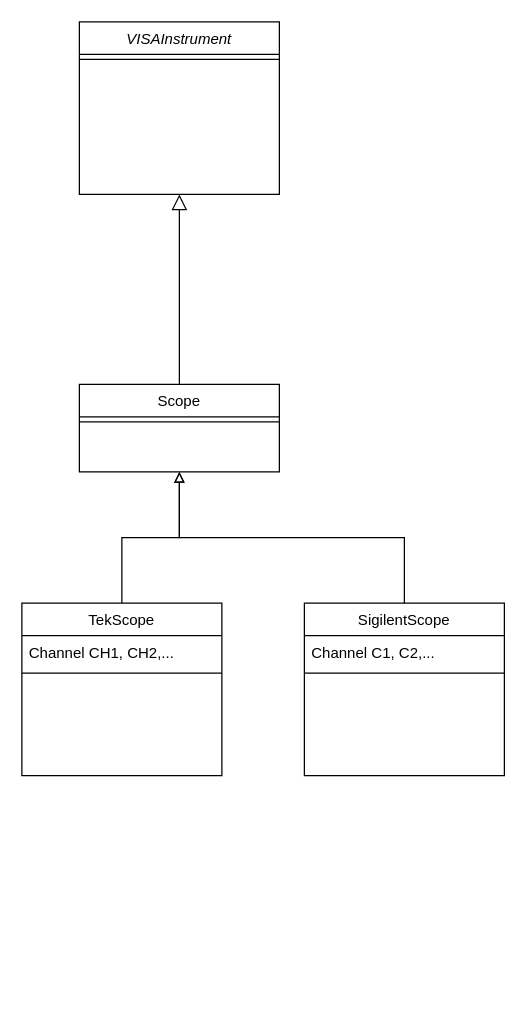
The draw.io diagram design/Labcontrol_classdiagram.drawio in Lectoraat-DB-S/labcontrol, before the edit. Source tidied: cells renumbered, new cells numbered last; positions are measured from the earlier drawing's top-left corner, leaving out a move shared by most shapes. Both pictures are drawn from the tidied source at 125%, with x=0, y=0 at pixel (21, 21).
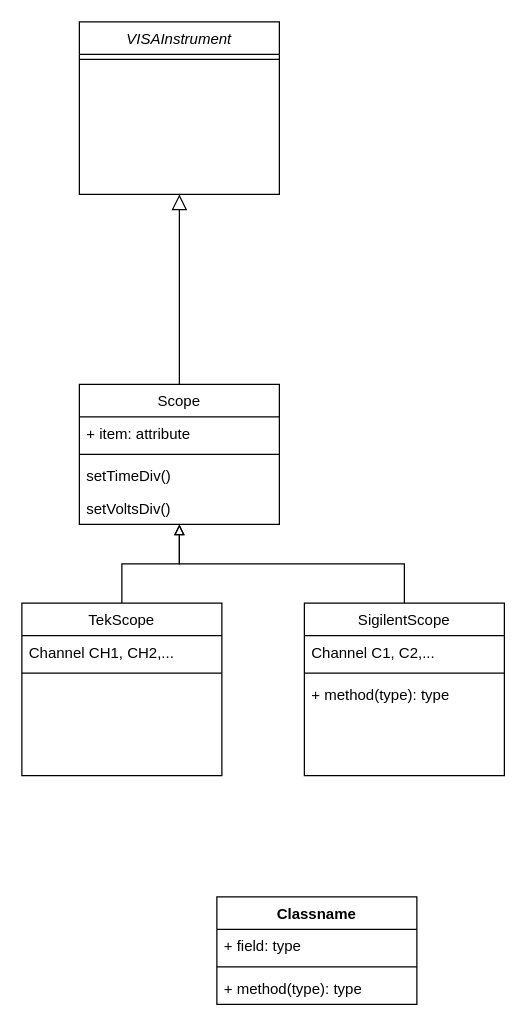
The same diagram, later.

Unchanged cells that the change refers to:
```xml
<mxCell id="11" value="SigilentScope" style="swimlane;fontStyle=0;align=center;verticalAlign=top;horizontal=1;startSize=26;rounded=0;shadow=0;strokeWidth=1;" parent="1" vertex="1">
  <mxGeometry x="226" y="465" width="160" height="138" as="geometry" />
</mxCell>
```

Diff of the diagram source:
```diff
@@
     <mxCell id="8" value="Scope" style="swimlane;fontStyle=0;align=center;verticalAlign=top;horizontal=1;startSize=26;rounded=0;shadow=0;strokeWidth=1;" parent="1" vertex="1">
-      <mxGeometry x="46" y="290" width="160" height="70" as="geometry" />
+      <mxGeometry x="46" y="290" width="160" height="112" as="geometry" />
     </mxCell>
+    <mxCell id="15" value="+ item: attribute" style="text;strokeColor=none;fillColor=none;align=left;verticalAlign=top;spacingLeft=4;spacingRight=4;overflow=hidden;whiteSpace=wrap;html=1;" parent="8" vertex="1">
+      <mxGeometry y="26" width="160" height="26" as="geometry" />
+    </mxCell>
     <mxCell id="9" style="line;html=1;strokeWidth=1;align=left;verticalAlign=middle;spacingTop=-1;spacingLeft=3;spacingRight=3;labelPosition=right;" parent="8" vertex="1">
-      <mxGeometry y="26" width="160" height="8" as="geometry" />
+      <mxGeometry y="52" width="160" height="8" as="geometry" />
     </mxCell>
+    <mxCell id="16" value="setTimeDiv()" style="text;strokeColor=none;fillColor=none;align=left;verticalAlign=top;spacingLeft=4;spacingRight=4;overflow=hidden;whiteSpace=wrap;html=1;" parent="8" vertex="1">
+      <mxGeometry y="60" width="160" height="26" as="geometry" />
+    </mxCell>
+    <mxCell id="17" value="setVoltsDiv()" style="text;strokeColor=none;fillColor=none;align=left;verticalAlign=top;spacingLeft=4;spacingRight=4;overflow=hidden;whiteSpace=wrap;html=1;" parent="8" vertex="1">
+      <mxGeometry y="86" width="160" height="26" as="geometry" />
+    </mxCell>
@@
+    <mxCell id="18" value="+ method(type): type" style="text;strokeColor=none;fillColor=none;align=left;verticalAlign=top;spacingLeft=4;spacingRight=4;overflow=hidden;whiteSpace=wrap;html=1;" parent="11" vertex="1">
+      <mxGeometry y="60" width="160" height="26" as="geometry" />
+    </mxCell>
@@
+    <mxCell id="19" value="Classname" style="swimlane;fontStyle=1;align=center;verticalAlign=top;horizontal=1;startSize=26;whiteSpace=wrap;html=1;" parent="1" vertex="1">
+      <mxGeometry x="156" y="700" width="160" height="86" as="geometry" />
+    </mxCell>
+    <mxCell id="20" value="+ field: type" style="text;strokeColor=none;fillColor=none;align=left;verticalAlign=top;spacingLeft=4;spacingRight=4;overflow=hidden;whiteSpace=wrap;html=1;" parent="19" vertex="1">
+      <mxGeometry y="26" width="160" height="26" as="geometry" />
+    </mxCell>
+    <mxCell id="21" style="line;strokeWidth=1;fillColor=none;align=left;verticalAlign=middle;spacingTop=-1;spacingLeft=3;spacingRight=3;labelPosition=right;strokeColor=inherit;" parent="19" vertex="1">
+      <mxGeometry y="52" width="160" height="8" as="geometry" />
+    </mxCell>
+    <mxCell id="22" value="+ method(type): type" style="text;strokeColor=none;fillColor=none;align=left;verticalAlign=top;spacingLeft=4;spacingRight=4;overflow=hidden;whiteSpace=wrap;html=1;" parent="19" vertex="1">
+      <mxGeometry y="60" width="160" height="26" as="geometry" />
+    </mxCell>
```
